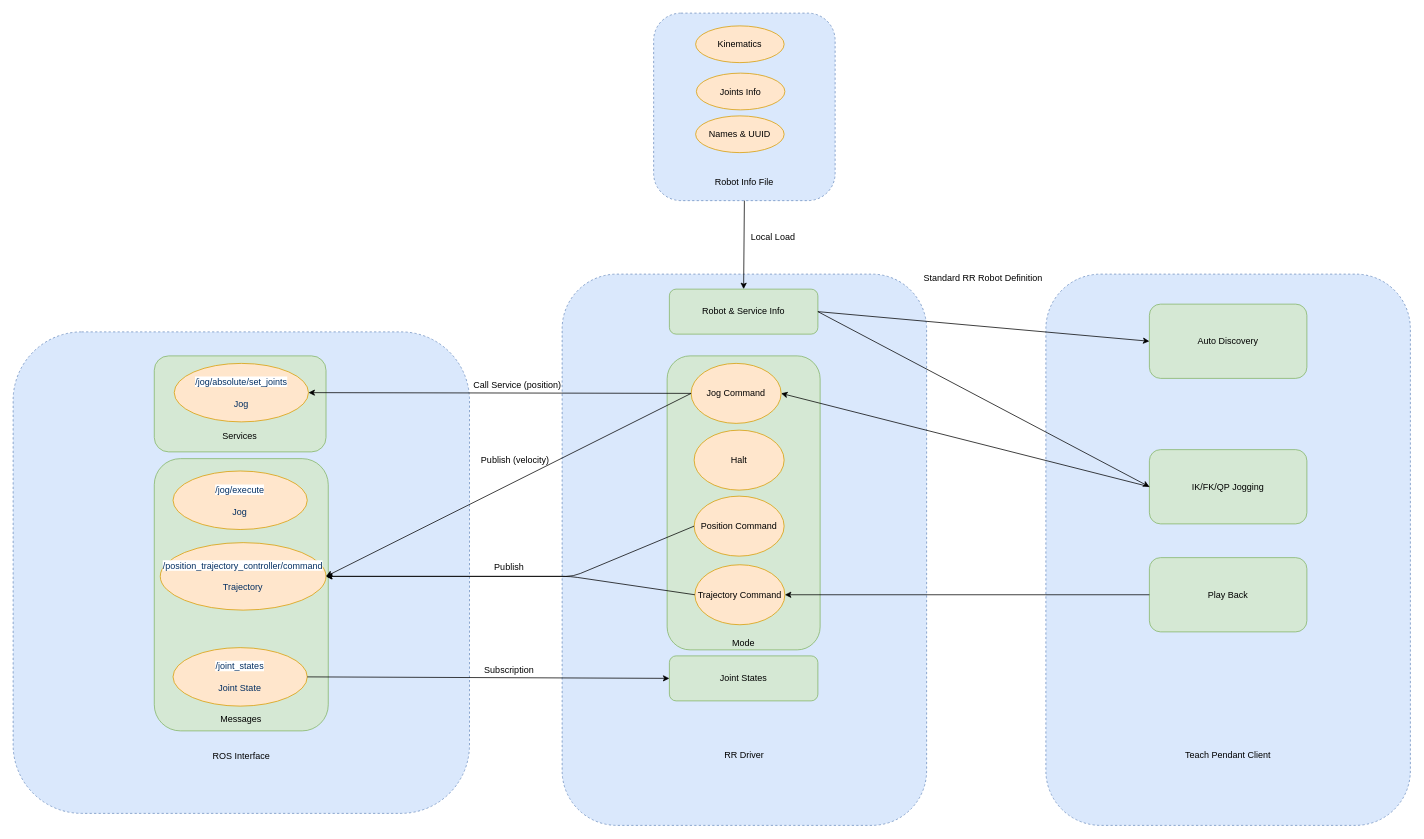
Before: ROS_RR_bridge.drawio in hehonglu123/Tormach_RR_Driver, a draw.io diagram. Source tidied: cells renumbered, new cells numbered last; positions are measured from the earlier drawing's top-left corner, leaving out a move shared by most shapes. Both pictures are drawn from the tidied source at 75%, with x=0, y=0 at pixel (13, 13).
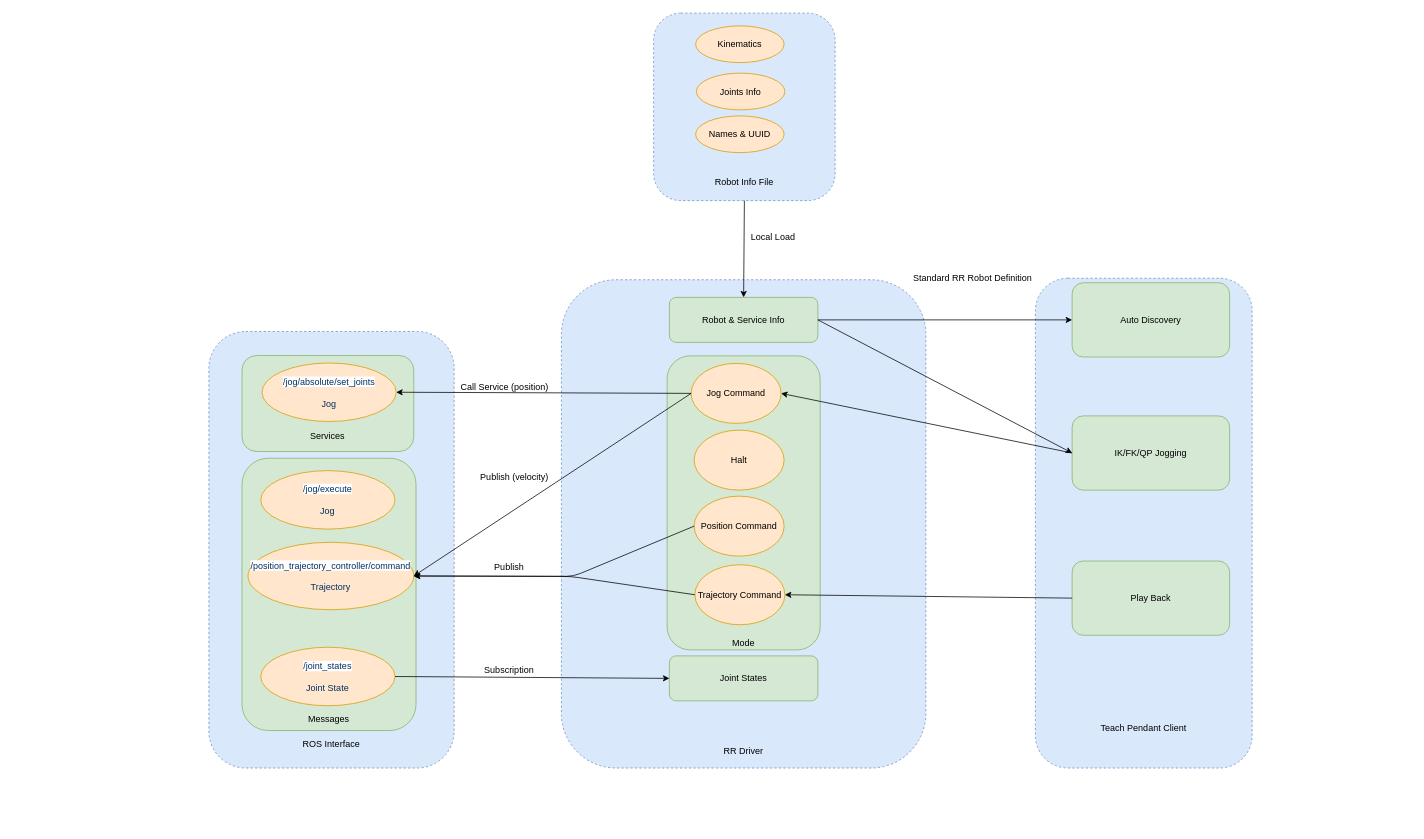
The same page after the edit.

What changed in the source:
```diff
@@
-    <mxCell id="2" value="&lt;br&gt;&lt;br&gt;&lt;br&gt;&lt;br&gt;&lt;br&gt;&lt;br&gt;&lt;br&gt;&lt;br&gt;&lt;br&gt;&lt;br&gt;&lt;br&gt;&lt;br&gt;&lt;br&gt;&lt;br&gt;&lt;br&gt;&lt;br&gt;&lt;br&gt;&lt;br&gt;&lt;br&gt;&lt;br&gt;&lt;br&gt;&lt;br&gt;&lt;br&gt;&lt;br&gt;&lt;br&gt;&lt;br&gt;&lt;br&gt;&lt;br&gt;&lt;br&gt;&lt;br&gt;&lt;br&gt;&lt;br&gt;&lt;br&gt;&lt;br&gt;ROS Interface" style="rounded=1;whiteSpace=wrap;html=1;dashed=1;fillColor=#dae8fc;strokeColor=#6c8ebf;" parent="1" vertex="1">
-      <mxGeometry y="425" width="608.5" height="642" as="geometry" />
+    <mxCell id="2" value="&lt;br&gt;&lt;br&gt;&lt;br&gt;&lt;br&gt;&lt;br&gt;&lt;br&gt;&lt;br&gt;&lt;br&gt;&lt;br&gt;&lt;br&gt;&lt;br&gt;&lt;br&gt;&lt;br&gt;&lt;br&gt;&lt;br&gt;&lt;br&gt;&lt;br&gt;&lt;br&gt;&lt;br&gt;&lt;br&gt;&lt;br&gt;&lt;br&gt;&lt;br&gt;&lt;br&gt;&lt;br&gt;&lt;br&gt;&lt;br&gt;&lt;br&gt;&lt;br&gt;&lt;br&gt;&lt;br&gt;&lt;br&gt;&lt;br&gt;&lt;br&gt;&lt;br&gt;&lt;br&gt;ROS Interface" style="rounded=1;whiteSpace=wrap;html=1;dashed=1;fillColor=#dae8fc;strokeColor=#6c8ebf;" parent="1" vertex="1">
+      <mxGeometry x="261" y="424.5" width="327" height="582" as="geometry" />
     </mxCell>
     <mxCell id="3" value="&lt;br&gt;&lt;br&gt;&lt;br&gt;&lt;br&gt;&lt;br&gt;&lt;br&gt;Services" style="rounded=1;whiteSpace=wrap;html=1;fillColor=#d5e8d4;strokeColor=#82b366;" parent="1" vertex="1">
-      <mxGeometry x="188.2" y="457" width="229" height="128" as="geometry" />
+      <mxGeometry x="305.2" y="456.5" width="229" height="128" as="geometry" />
     </mxCell>
     <mxCell id="4" value="&lt;br&gt;&lt;br&gt;&lt;br&gt;&lt;br&gt;&lt;br&gt;&lt;br&gt;&lt;br&gt;&lt;br&gt;&lt;br&gt;&lt;br&gt;&lt;br&gt;&lt;br&gt;&lt;br&gt;&lt;br&gt;&lt;br&gt;&lt;br&gt;&lt;br&gt;&lt;br&gt;&lt;br&gt;&lt;br&gt;&lt;br&gt;&lt;br&gt;&lt;br&gt;Messages" style="rounded=1;whiteSpace=wrap;html=1;fillColor=#d5e8d4;strokeColor=#82b366;" parent="1" vertex="1">
-      <mxGeometry x="188.2" y="594" width="232" height="363" as="geometry" />
+      <mxGeometry x="305.2" y="593.5" width="232" height="363" as="geometry" />
     </mxCell>
     <mxCell id="5" value="&lt;span style=&quot;color: rgb(3 , 47 , 98) ; font-family: , &amp;#34;consolas&amp;#34; , &amp;#34;liberation mono&amp;#34; , &amp;#34;menlo&amp;#34; , monospace ; background-color: rgb(255 , 255 , 255)&quot;&gt;/jog/absolute/set_joints&lt;br&gt;&lt;/span&gt;&lt;span style=&quot;color: rgb(3 , 47 , 98)&quot;&gt;&lt;br&gt;Jog&lt;br&gt;&lt;/span&gt;" style="ellipse;whiteSpace=wrap;html=1;fillColor=#ffe6cc;strokeColor=#d79b00;" parent="1" vertex="1">
-      <mxGeometry x="214.8" y="467" width="179" height="78" as="geometry" />
+      <mxGeometry x="331.8" y="466.5" width="179" height="78" as="geometry" />
     </mxCell>
     <mxCell id="6" value="&lt;span style=&quot;color: rgb(3 , 47 , 98) ; background-color: rgb(255 , 255 , 255)&quot;&gt;/jog/execute&lt;/span&gt;&lt;span style=&quot;color: rgb(3 , 47 , 98) ; font-family: , &amp;#34;consolas&amp;#34; , &amp;#34;liberation mono&amp;#34; , &amp;#34;menlo&amp;#34; , monospace ; background-color: rgb(255 , 255 , 255)&quot;&gt;&lt;br&gt;&lt;/span&gt;&lt;span style=&quot;color: rgb(3 , 47 , 98)&quot;&gt;&lt;br&gt;Jog&lt;br&gt;&lt;/span&gt;" style="ellipse;whiteSpace=wrap;html=1;fillColor=#ffe6cc;strokeColor=#d79b00;" parent="1" vertex="1">
-      <mxGeometry x="213.2" y="610.5" width="179" height="78" as="geometry" />
+      <mxGeometry x="330.2" y="610" width="179" height="78" as="geometry" />
     </mxCell>
     <mxCell id="7" value="&lt;span style=&quot;color: rgb(3 , 47 , 98) ; font-family: , &amp;#34;consolas&amp;#34; , &amp;#34;liberation mono&amp;#34; , &amp;#34;menlo&amp;#34; , monospace ; background-color: rgb(255 , 255 , 255)&quot;&gt;/position_trajectory_controller/command&lt;/span&gt;&lt;span style=&quot;color: rgb(3 , 47 , 98)&quot;&gt;&lt;br&gt;&lt;br&gt;Trajectory&lt;br&gt;&lt;/span&gt;" style="ellipse;whiteSpace=wrap;html=1;fillColor=#ffe6cc;strokeColor=#d79b00;" parent="1" vertex="1">
-      <mxGeometry x="196.2" y="706" width="221" height="90" as="geometry" />
+      <mxGeometry x="313.2" y="705.5" width="221" height="90" as="geometry" />
     </mxCell>
@@
-    <mxCell id="12" value="&lt;br&gt;&lt;br&gt;&lt;br&gt;&lt;br&gt;&lt;br&gt;&lt;br&gt;&lt;br&gt;&lt;br&gt;&lt;br&gt;&lt;br&gt;&lt;br&gt;&lt;br&gt;&lt;br&gt;&lt;br&gt;&lt;br&gt;&lt;br&gt;&lt;br&gt;&lt;br&gt;&lt;br&gt;&lt;br&gt;&lt;br&gt;&lt;br&gt;&lt;br&gt;&lt;br&gt;&lt;br&gt;&lt;br&gt;&lt;br&gt;&lt;br&gt;&lt;br&gt;&lt;br&gt;&lt;br&gt;&lt;br&gt;&lt;br&gt;&lt;br&gt;&lt;br&gt;&lt;br&gt;&lt;br&gt;&lt;br&gt;RR Driver" style="rounded=1;whiteSpace=wrap;html=1;dashed=1;fillColor=#dae8fc;strokeColor=#6c8ebf;" parent="1" vertex="1">
-      <mxGeometry x="732" y="348" width="486" height="735" as="geometry" />
+    <mxCell id="12" value="&lt;br&gt;&lt;br&gt;&lt;br&gt;&lt;br&gt;&lt;br&gt;&lt;br&gt;&lt;br&gt;&lt;br&gt;&lt;br&gt;&lt;br&gt;&lt;br&gt;&lt;br&gt;&lt;br&gt;&lt;br&gt;&lt;br&gt;&lt;br&gt;&lt;br&gt;&lt;br&gt;&lt;br&gt;&lt;br&gt;&lt;br&gt;&lt;br&gt;&lt;br&gt;&lt;br&gt;&lt;br&gt;&lt;br&gt;&lt;br&gt;&lt;br&gt;&lt;br&gt;&lt;br&gt;&lt;br&gt;&lt;br&gt;&lt;br&gt;&lt;br&gt;&lt;br&gt;&lt;br&gt;&lt;br&gt;&lt;br&gt;&lt;br&gt;&lt;br&gt;&lt;br&gt;&lt;br&gt;RR Driver" style="rounded=1;whiteSpace=wrap;html=1;dashed=1;fillColor=#dae8fc;strokeColor=#6c8ebf;" parent="1" vertex="1">
+      <mxGeometry x="731" y="355.5" width="486" height="651" as="geometry" />
     </mxCell>
@@
     <mxCell id="14" value="Robot &amp;amp; Service Info" style="rounded=1;whiteSpace=wrap;html=1;fillColor=#d5e8d4;strokeColor=#82b366;" parent="1" vertex="1">
-      <mxGeometry x="875" y="368" width="198" height="60" as="geometry" />
+      <mxGeometry x="875" y="379" width="198" height="60" as="geometry" />
     </mxCell>
@@
     <mxCell id="19" value="Call Service (position)" style="text;html=1;align=center;verticalAlign=middle;" parent="1" vertex="1">
-      <mxGeometry x="608.5" y="487" width="127" height="18" as="geometry" />
+      <mxGeometry x="591" y="490" width="127" height="18" as="geometry" />
     </mxCell>
@@
     <mxCell id="21" value="&lt;span style=&quot;color: rgb(3 , 47 , 98) ; font-family: , &amp;#34;consolas&amp;#34; , &amp;#34;liberation mono&amp;#34; , &amp;#34;menlo&amp;#34; , monospace ; background-color: rgb(255 , 255 , 255)&quot;&gt;/joint_states&lt;br&gt;&lt;/span&gt;&lt;span style=&quot;color: rgb(3 , 47 , 98)&quot;&gt;&lt;br&gt;Joint State&lt;br&gt;&lt;/span&gt;" style="ellipse;whiteSpace=wrap;html=1;fillColor=#ffe6cc;strokeColor=#d79b00;" parent="1" vertex="1">
-      <mxGeometry x="213.2" y="846" width="179" height="78" as="geometry" />
+      <mxGeometry x="330.2" y="845.5" width="179" height="78" as="geometry" />
     </mxCell>
@@
     <mxCell id="31" value="Publish (velocity)" style="text;html=1;align=center;verticalAlign=middle;" parent="1" vertex="1">
-      <mxGeometry x="619" y="587" width="100" height="18" as="geometry" />
+      <mxGeometry x="618" y="610" width="100" height="18" as="geometry" />
     </mxCell>
     <mxCell id="32" value="&lt;br&gt;&lt;br&gt;&lt;br&gt;&lt;br&gt;&lt;br&gt;&lt;br&gt;&lt;br&gt;&lt;br&gt;&lt;br&gt;&lt;br&gt;&lt;br&gt;&lt;br&gt;&lt;br&gt;&lt;br&gt;&lt;br&gt;&lt;br&gt;&lt;br&gt;&lt;br&gt;&lt;br&gt;&lt;br&gt;&lt;br&gt;&lt;br&gt;&lt;br&gt;&lt;br&gt;&lt;br&gt;&lt;br&gt;&lt;br&gt;&lt;br&gt;&lt;br&gt;&lt;br&gt;&lt;br&gt;&lt;br&gt;&lt;br&gt;&lt;br&gt;&lt;br&gt;&lt;br&gt;&lt;br&gt;&lt;br&gt;Teach Pendant Client" style="rounded=1;whiteSpace=wrap;html=1;dashed=1;fillColor=#dae8fc;strokeColor=#6c8ebf;" parent="1" vertex="1">
-      <mxGeometry x="1377" y="348" width="486" height="735" as="geometry" />
+      <mxGeometry x="1363" y="353.5" width="289" height="653" as="geometry" />
     </mxCell>
     <mxCell id="33" value="IK/FK/QP Jogging" style="rounded=1;whiteSpace=wrap;html=1;fillColor=#d5e8d4;strokeColor=#82b366;" parent="1" vertex="1">
-      <mxGeometry x="1515" y="582" width="210" height="99" as="geometry" />
+      <mxGeometry x="1412" y="537" width="210" height="99" as="geometry" />
     </mxCell>
@@
     <mxCell id="36" value="Standard RR Robot Definition" style="text;html=1;align=center;verticalAlign=middle;" parent="1" vertex="1">
-      <mxGeometry x="1209" y="344" width="168" height="18" as="geometry" />
+      <mxGeometry x="1195" y="344" width="168" height="18" as="geometry" />
     </mxCell>
     <mxCell id="37" value="Play Back" style="rounded=1;whiteSpace=wrap;html=1;fillColor=#d5e8d4;strokeColor=#82b366;" parent="1" vertex="1">
-      <mxGeometry x="1515" y="726" width="210" height="99" as="geometry" />
+      <mxGeometry x="1412" y="730.5" width="210" height="99" as="geometry" />
     </mxCell>
@@
     <mxCell id="39" value="Auto Discovery" style="rounded=1;whiteSpace=wrap;html=1;fillColor=#d5e8d4;strokeColor=#82b366;" parent="1" vertex="1">
-      <mxGeometry x="1515" y="388" width="210" height="99" as="geometry" />
+      <mxGeometry x="1412" y="359.5" width="210" height="99" as="geometry" />
     </mxCell>
```
